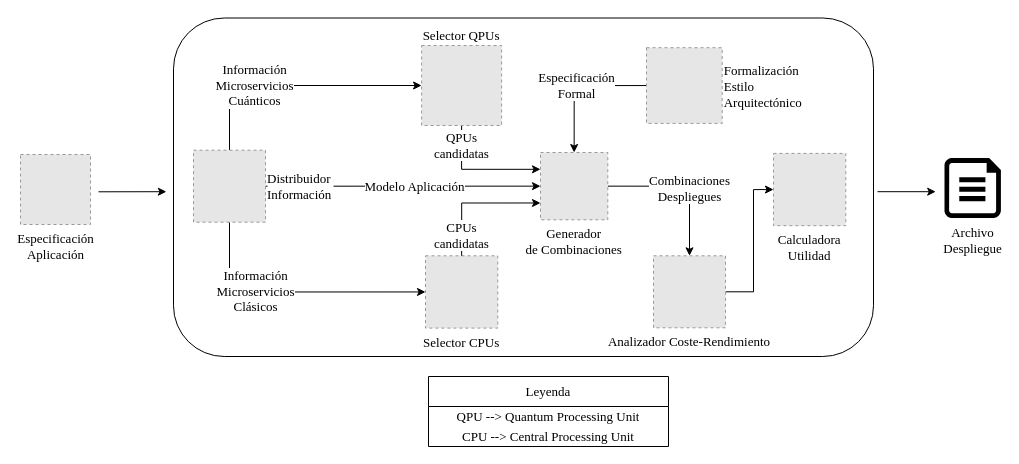
Before: documents/tesis/diagrams/SEDC.drawio in AlvaroMAM/TFM, a draw.io diagram. Source tidied: cells renumbered, new cells numbered last; positions are measured from the earlier drawing's top-left corner, leaving out a move shared by most shapes. Both pictures are drawn from the tidied source at 100%, with x=0, y=0 at pixel (20, 18). Pictures stored in the file or linked from it are replaced by grey dashed boxes.
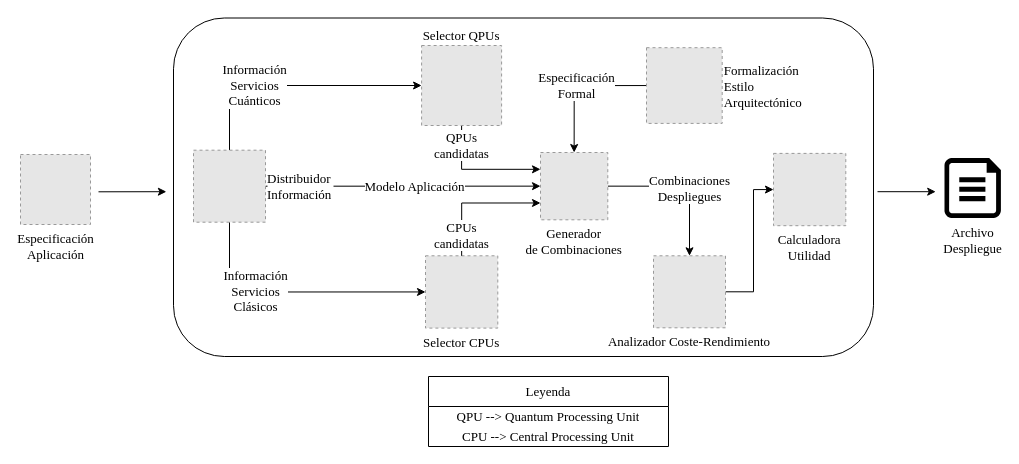
After the change.

The change refers to these unchanged cells:
```xml
<mxCell id="5" value="Selector CPUs" style="fillColor=#E6E6E6;strokeColor=#999999;dashed=1;verticalLabelPosition=bottom;labelBackgroundColor=default;verticalAlign=top;fontFamily=Times New Roman;fontSize=13;" parent="1" vertex="1">
  <mxGeometry x="405" y="237.3" width="72.3" height="72.3" as="geometry" />
</mxCell>
<mxCell id="9" value="Distribuidor&#10;Información" style="fillColor=#E6E6E6;strokeColor=#999999;dashed=1;verticalLabelPosition=middle;labelBackgroundColor=default;verticalAlign=middle;fontFamily=Times New Roman;labelPosition=right;align=left;fontSize=13;" parent="1" vertex="1">
  <mxGeometry x="173" y="131.7" width="72" height="72" as="geometry" />
</mxCell>
<mxCell id="16" value="Selector QPUs" style="fillColor=#E6E6E6;strokeColor=#999999;dashed=1;verticalLabelPosition=top;labelBackgroundColor=default;verticalAlign=bottom;fontFamily=Times New Roman;labelPosition=center;align=center;fontSize=13;" parent="1" vertex="1">
  <mxGeometry x="401.1" y="27" width="80" height="80" as="geometry" />
</mxCell>
```

What changed in the source:
```diff
@@
-    <mxCell id="6" value="Información&lt;br style=&quot;font-size: 13px;&quot;&gt;Microservicios&lt;br style=&quot;font-size: 13px;&quot;&gt;Clásicos" style="edgeStyle=orthogonalEdgeStyle;rounded=0;jettySize=auto;html=1;exitX=0.5;exitY=1;exitDx=0;exitDy=0;entryX=0;entryY=0.5;entryDx=0;entryDy=0;fontFamily=Times New Roman;fontSize=13;" parent="1" edge="1" source="9" target="5">
+    <mxCell id="6" value="Información&lt;br style=&quot;font-size: 13px;&quot;&gt;Servicios&lt;br&gt;Clásicos" style="edgeStyle=orthogonalEdgeStyle;rounded=0;jettySize=auto;html=1;exitX=0.5;exitY=1;exitDx=0;exitDy=0;entryX=0;entryY=0.5;entryDx=0;entryDy=0;fontFamily=Times New Roman;fontSize=13;" parent="1" edge="1" source="9" target="5">
       <mxGeometry x="-0.28" relative="1" as="geometry" />
     </mxCell>
-    <mxCell id="7" value="&lt;font style=&quot;font-size: 13px;&quot;&gt;Información&lt;br style=&quot;font-size: 13px;&quot;&gt;Microservicios&lt;br style=&quot;font-size: 13px;&quot;&gt;Cuánticos&lt;br style=&quot;font-size: 13px;&quot;&gt;&lt;/font&gt;" style="edgeStyle=orthogonalEdgeStyle;rounded=0;jettySize=auto;html=1;exitX=0.5;exitY=0;exitDx=0;exitDy=0;entryX=0;entryY=0.5;entryDx=0;entryDy=0;fontFamily=Times New Roman;fontSize=13;" parent="1" edge="1" source="9" target="16">
+    <mxCell id="7" value="&lt;font style=&quot;font-size: 13px;&quot;&gt;Información&lt;br style=&quot;font-size: 13px;&quot;&gt;Servicios&lt;br&gt;Cuánticos&lt;br style=&quot;font-size: 13px;&quot;&gt;&lt;/font&gt;" style="edgeStyle=orthogonalEdgeStyle;rounded=0;jettySize=auto;html=1;exitX=0.5;exitY=0;exitDx=0;exitDy=0;entryX=0;entryY=0.5;entryDx=0;entryDy=0;fontFamily=Times New Roman;fontSize=13;" parent="1" edge="1" source="9" target="16">
       <mxGeometry x="-0.3" relative="1" as="geometry" />
     </mxCell>
```
